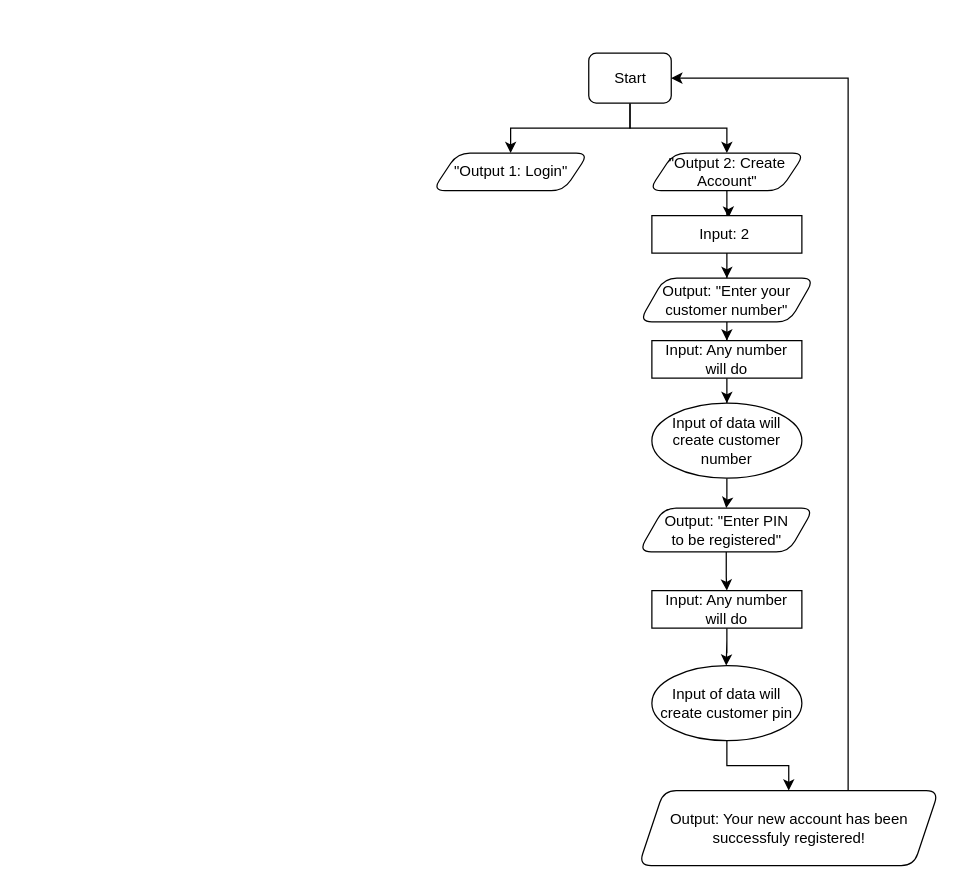
The draw.io diagram Untitled Diagram.drawio in EstiaanG/QA_Journey, before the edit. Source tidied: cells renumbered, new cells numbered last; positions are measured from the earlier drawing's top-left corner, leaving out a move shared by most shapes. Both pictures are drawn from the tidied source at 125%, with x=0, y=0 at pixel (432, 52).
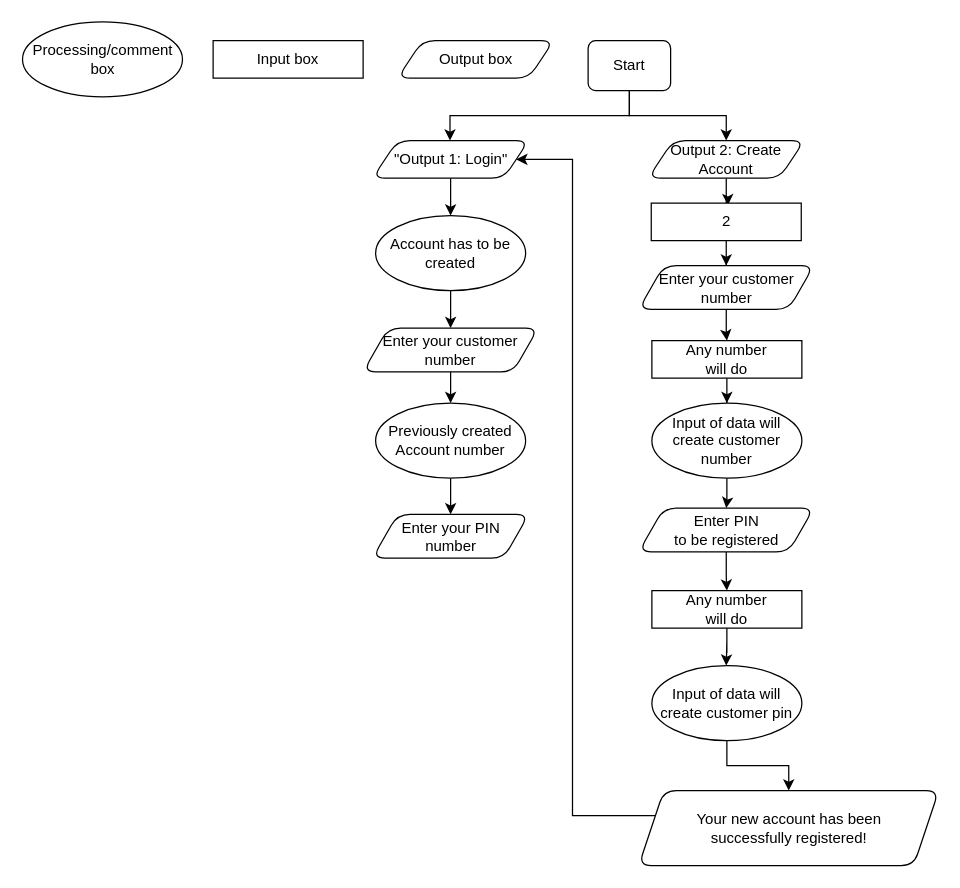
Above is the later version.

Diff of the diagram source:
```diff
@@
     <mxCell id="2" style="edgeStyle=orthogonalEdgeStyle;rounded=0;jettySize=auto;html=1;" parent="1" edge="1" source="4" target="5">
-      <mxGeometry relative="1" as="geometry" />
+      <mxGeometry relative="1" as="geometry">
+        <Array as="points">
+          <mxPoint x="157.5" y="50" />
+          <mxPoint x="13.5" y="50" />
+        </Array>
+      </mxGeometry>
     </mxCell>
@@
     <mxCell id="4" value="Start" style="rounded=1;whiteSpace=wrap;html=1;" parent="1" vertex="1">
-      <mxGeometry x="124.5" width="66" height="40" as="geometry" />
+      <mxGeometry x="124" y="-10" width="66" height="40" as="geometry" />
     </mxCell>
+    <mxCell id="24" style="edgeStyle=orthogonalEdgeStyle;rounded=0;jettySize=auto;html=1;" parent="1" edge="1" source="5" target="26">
+      <mxGeometry relative="1" as="geometry" />
+    </mxCell>
     <mxCell id="5" value="&quot;Output 1: Login&quot;" style="shape=parallelogram;perimeter=parallelogramPerimeter;whiteSpace=wrap;html=1;fixedSize=1;rounded=1;" parent="1" vertex="1">
-      <mxGeometry x="-0.5" y="80" width="125" height="30" as="geometry" />
+      <mxGeometry x="-48.5" y="70" width="125" height="30" as="geometry" />
     </mxCell>
@@
-    <mxCell id="7" value="&quot;Output 2: Create Account&quot;" style="shape=parallelogram;perimeter=parallelogramPerimeter;whiteSpace=wrap;html=1;fixedSize=1;rounded=1;" parent="1" vertex="1">
-      <mxGeometry x="172.5" y="80" width="125" height="30" as="geometry" />
+    <mxCell id="7" value="Output 2: Create Account" style="shape=parallelogram;perimeter=parallelogramPerimeter;whiteSpace=wrap;html=1;fixedSize=1;rounded=1;" parent="1" vertex="1">
+      <mxGeometry x="172" y="70" width="125" height="30" as="geometry" />
     </mxCell>
@@
-    <mxCell id="9" value="Input: 2&amp;nbsp;" style="shape=rectangle;perimeter=retanglePerimeter;whiteSpace=wrap;html=1;fixedSize=1;sketch=0;rounded=0;shadow=0;direction=east;" parent="1" vertex="1">
-      <mxGeometry x="175" y="130" width="120" height="30" as="geometry" />
+    <mxCell id="9" value="2" style="shape=rectangle;perimeter=retanglePerimeter;whiteSpace=wrap;html=1;fixedSize=1;sketch=0;rounded=0;shadow=0;direction=east;" parent="1" vertex="1">
+      <mxGeometry x="174.5" y="120" width="120" height="30" as="geometry" />
     </mxCell>
@@
-    <mxCell id="11" value="Output: &quot;Enter your customer number&quot;" style="shape=parallelogram;perimeter=parallelogramPerimeter;whiteSpace=wrap;html=1;fixedSize=1;rounded=1;" parent="1" vertex="1">
-      <mxGeometry x="165" y="180" width="140" height="35" as="geometry" />
+    <mxCell id="11" value="Enter your customer number" style="shape=parallelogram;perimeter=parallelogramPerimeter;whiteSpace=wrap;html=1;fixedSize=1;rounded=1;" parent="1" vertex="1">
+      <mxGeometry x="164.5" y="170" width="140" height="35" as="geometry" />
     </mxCell>
@@
-    <mxCell id="13" value="Input: Any number &lt;br&gt;will do" style="shape=rectangle;perimeter=rectanglePerimeter;whiteSpace=wrap;html=1;fixedSize=1;" parent="1" vertex="1">
+    <mxCell id="13" value="Any number &lt;br&gt;will do" style="shape=rectangle;perimeter=rectanglePerimeter;whiteSpace=wrap;html=1;fixedSize=1;" parent="1" vertex="1">
       <mxGeometry x="175" y="230" width="120" height="30" as="geometry" />
     </mxCell>
@@
-    <mxCell id="17" value="Output: &quot;Enter PIN &lt;br&gt;to be registered&quot;" style="shape=parallelogram;perimeter=parallelogramPerimeter;whiteSpace=wrap;html=1;fixedSize=1;rounded=1;" parent="1" vertex="1">
+    <mxCell id="17" value="Enter PIN &lt;br&gt;to be registered" style="shape=parallelogram;perimeter=parallelogramPerimeter;whiteSpace=wrap;html=1;fixedSize=1;rounded=1;" parent="1" vertex="1">
       <mxGeometry x="164.5" y="364" width="140" height="35" as="geometry" />
     </mxCell>
@@
-    <mxCell id="21" value="Input: Any number &lt;br&gt;will do" style="shape=rectangle;perimeter=rectanglePerimeter;whiteSpace=wrap;html=1;fixedSize=1;" parent="1" vertex="1">
+    <mxCell id="21" value="Any number &lt;br&gt;will do" style="shape=rectangle;perimeter=rectanglePerimeter;whiteSpace=wrap;html=1;fixedSize=1;" parent="1" vertex="1">
       <mxGeometry x="175" y="430" width="120" height="30" as="geometry" />
     </mxCell>
-    <mxCell id="22" style="edgeStyle=orthogonalEdgeStyle;rounded=0;jettySize=auto;html=1;entryX=1;entryY=0.5;entryDx=0;entryDy=0;" parent="1" edge="1" source="23" target="4">
+    <mxCell id="22" style="edgeStyle=orthogonalEdgeStyle;rounded=0;jettySize=auto;html=1;entryX=1;entryY=0.5;entryDx=0;entryDy=0;" parent="1" edge="1" source="23" target="5">
       <mxGeometry relative="1" as="geometry">
         <Array as="points">
-          <mxPoint x="332" y="20" />
+          <mxPoint x="111.5" y="610" />
+          <mxPoint x="111.5" y="85" />
         </Array>
       </mxGeometry>
     </mxCell>
-    <mxCell id="23" value="Output: Your new account has been successfuly registered!" style="shape=parallelogram;perimeter=parallelogramPerimeter;whiteSpace=wrap;html=1;fixedSize=1;rounded=1;" parent="1" vertex="1">
+    <mxCell id="23" value="Your new account has been &lt;br&gt;successfully registered!" style="shape=parallelogram;perimeter=parallelogramPerimeter;whiteSpace=wrap;html=1;fixedSize=1;rounded=1;" parent="1" vertex="1">
       <mxGeometry x="164.5" y="590" width="240" height="60" as="geometry" />
     </mxCell>
+    <mxCell id="25" style="edgeStyle=orthogonalEdgeStyle;rounded=0;jettySize=auto;html=1;entryX=0.5;entryY=0;entryDx=0;entryDy=0;" parent="1" edge="1" source="26" target="28">
+      <mxGeometry relative="1" as="geometry" />
+    </mxCell>
+    <mxCell id="26" value="Account has to be created" style="ellipse;whiteSpace=wrap;html=1;" parent="1" vertex="1">
+      <mxGeometry x="-46" y="130" width="120" height="60" as="geometry" />
+    </mxCell>
+    <mxCell id="27" style="edgeStyle=orthogonalEdgeStyle;rounded=0;jettySize=auto;html=1;" parent="1" edge="1" source="28" target="33">
+      <mxGeometry relative="1" as="geometry" />
+    </mxCell>
+    <mxCell id="28" value="Enter your customer number" style="shape=parallelogram;perimeter=parallelogramPerimeter;whiteSpace=wrap;html=1;fixedSize=1;rounded=1;" parent="1" vertex="1">
+      <mxGeometry x="-56" y="220" width="140" height="35" as="geometry" />
+    </mxCell>
+    <mxCell id="29" value="Output box" style="shape=parallelogram;perimeter=parallelogramPerimeter;whiteSpace=wrap;html=1;fixedSize=1;rounded=1;" parent="1" vertex="1">
+      <mxGeometry x="-28.5" y="-10" width="125" height="30" as="geometry" />
+    </mxCell>
+    <mxCell id="30" value="Input box" style="shape=rectangle;perimeter=rectanglePerimeter;whiteSpace=wrap;html=1;fixedSize=1;" parent="1" vertex="1">
+      <mxGeometry x="-176" y="-10" width="120" height="30" as="geometry" />
+    </mxCell>
+    <mxCell id="31" value="Processing/comment box" style="ellipse;whiteSpace=wrap;html=1;" parent="1" vertex="1">
+      <mxGeometry x="-328.5" y="-25" width="128" height="60" as="geometry" />
+    </mxCell>
+    <mxCell id="32" style="edgeStyle=orthogonalEdgeStyle;rounded=0;jettySize=auto;html=1;entryX=0.5;entryY=0;entryDx=0;entryDy=0;" parent="1" edge="1" source="33" target="34">
+      <mxGeometry relative="1" as="geometry" />
+    </mxCell>
+    <mxCell id="33" value="Previously created Account number" style="ellipse;whiteSpace=wrap;html=1;" parent="1" vertex="1">
+      <mxGeometry x="-46" y="280" width="120" height="60" as="geometry" />
+    </mxCell>
+    <mxCell id="34" value="Enter your PIN &lt;br&gt;number" style="shape=parallelogram;perimeter=parallelogramPerimeter;whiteSpace=wrap;html=1;fixedSize=1;rounded=1;" parent="1" vertex="1">
+      <mxGeometry x="-48.5" y="369" width="125" height="35" as="geometry" />
+    </mxCell>
```
